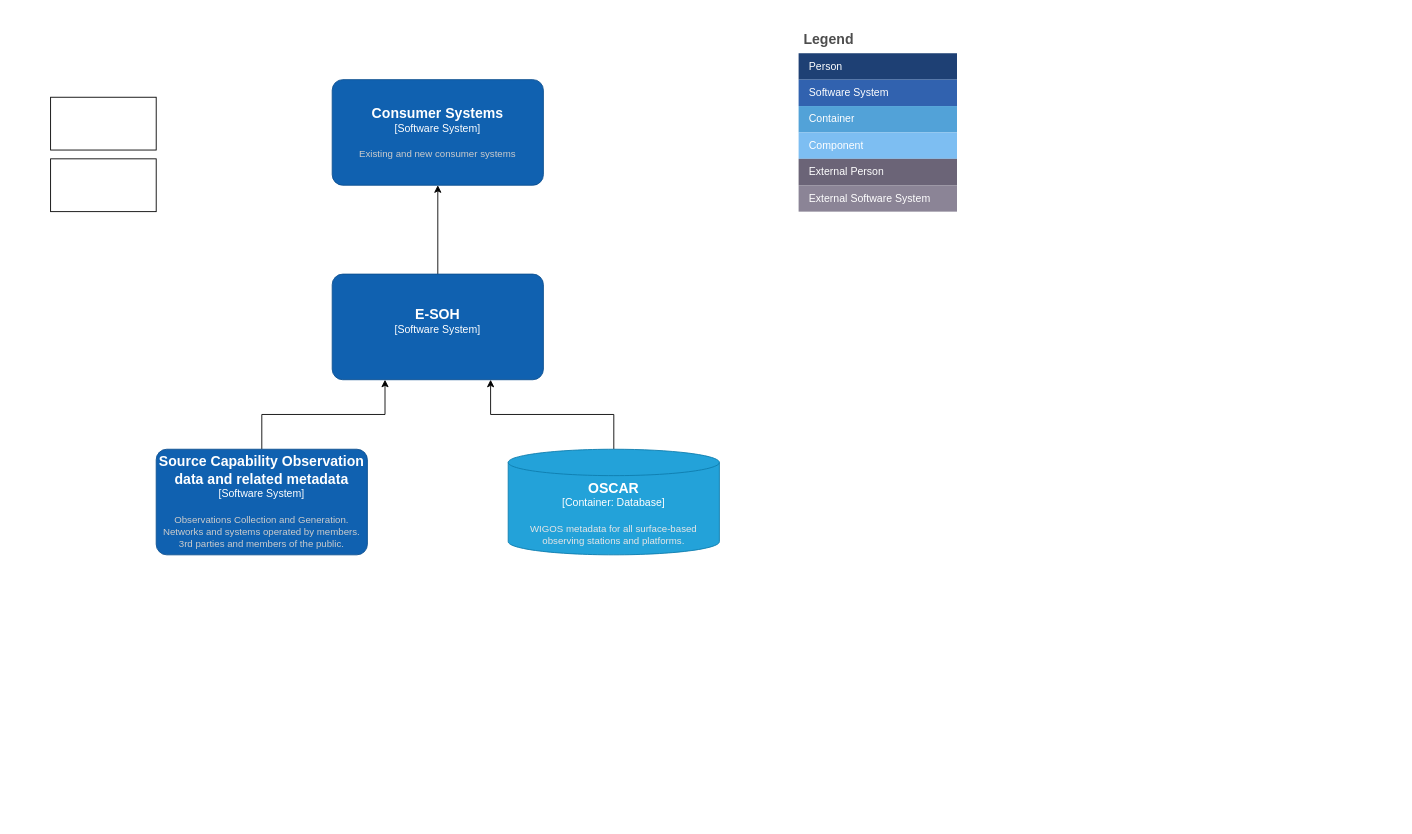
This is E-SOH-C4-context-MWH.drawio from EURODEO/e-soh-c4, a draw.io file, before an edit. Source tidied: cells renumbered, new cells numbered last; positions are measured from the earlier drawing's top-left corner, leaving out a move shared by most shapes. Both pictures are drawn from the tidied source at 88%, with x=0, y=0 at pixel (50, 26).
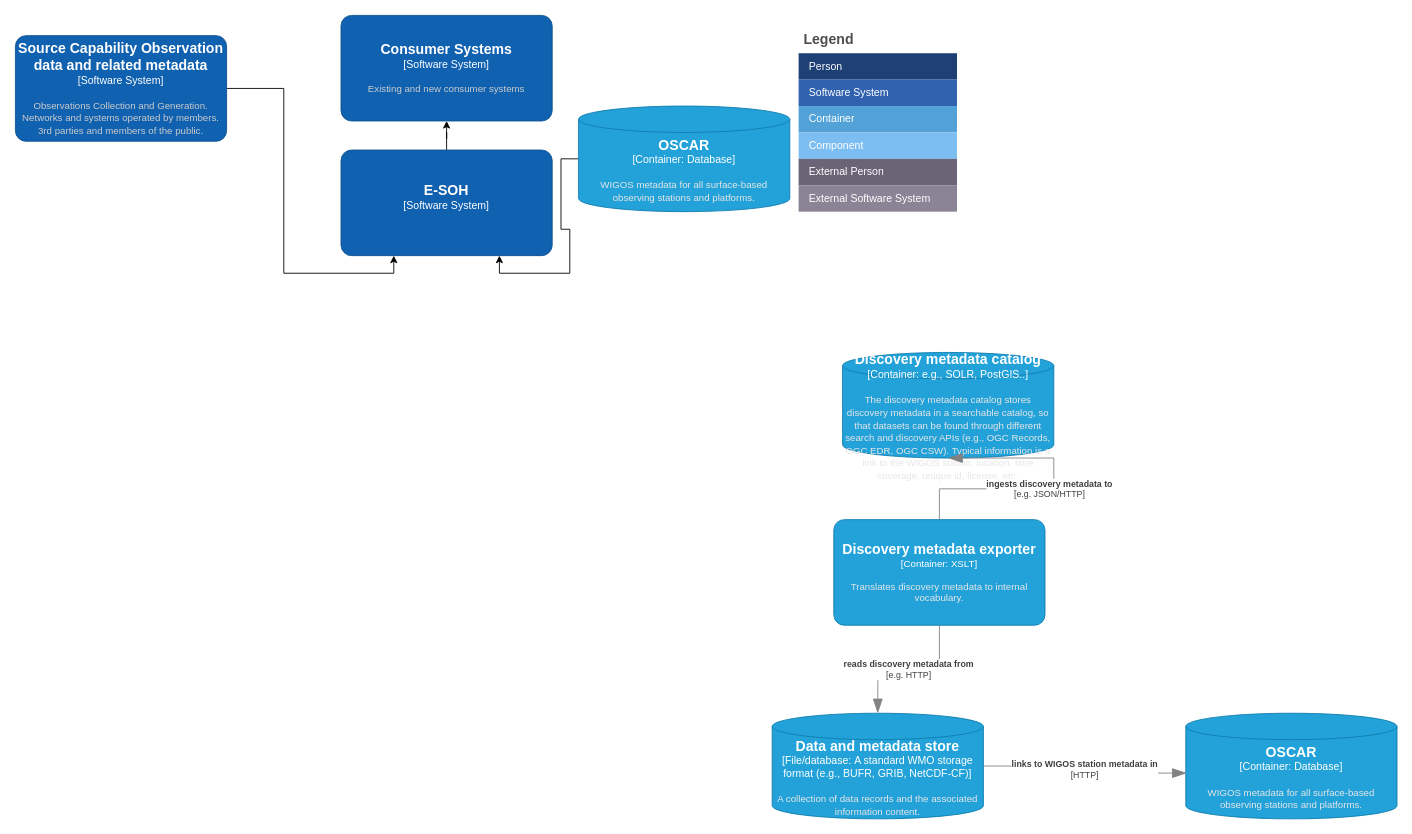
Above is the later version.

What changed in the source:
```diff
@@
     <object id="15" label="&lt;font style=&quot;font-size: 16px&quot;&gt;&lt;b&gt;%c4Name%&lt;/b&gt;&lt;/font&gt;&lt;div&gt;[%c4Type%]&lt;/div&gt;&lt;br&gt;&lt;div&gt;&lt;font style=&quot;font-size: 11px&quot;&gt;&lt;font color=&quot;#cccccc&quot;&gt;%c4Description%&lt;/font&gt;&lt;/div&gt;" c4Description="Existing and new consumer systems" c4Name="Consumer Systems" c4Type="Software System" placeholders="1">
       <mxCell style="rounded=1;whiteSpace=wrap;html=1;labelBackgroundColor=none;fillColor=#1061B0;fontColor=#ffffff;align=center;arcSize=10;strokeColor=#0D5091;points=[[0.25,0,0],[0.5,0,0],[0.75,0,0],[1,0.25,0],[1,0.5,0],[1,0.75,0],[0.75,1,0],[0.5,1,0],[0.25,1,0],[0,0.75,0],[0,0.5,0],[0,0.25,0]];" parent="1" vertex="1">
-        <mxGeometry x="320" y="60" width="240" height="120" as="geometry" />
+        <mxGeometry x="330" y="-13" width="240" height="120" as="geometry" />
       </mxCell>
     </object>
@@
     <object id="17" label="&lt;font style=&quot;font-size: 16px&quot;&gt;&lt;b&gt;%c4Name%&lt;/b&gt;&lt;/font&gt;&lt;div&gt;[%c4Type%]&lt;/div&gt;&lt;br&gt;&lt;div&gt;&lt;font style=&quot;font-size: 11px&quot;&gt;&lt;font color=&quot;#cccccc&quot;&gt;%c4Description%&lt;/font&gt;&lt;/div&gt;" c4Description="" c4Name="E-SOH" c4Type="Software System" placeholders="1">
       <mxCell style="rounded=1;whiteSpace=wrap;html=1;labelBackgroundColor=none;fillColor=#1061B0;fontColor=#ffffff;align=center;arcSize=10;strokeColor=#0D5091;points=[[0.25,0,0],[0.5,0,0],[0.75,0,0],[1,0.25,0],[1,0.5,0],[1,0.75,0],[0.75,1,0],[0.5,1,0],[0.25,1,0],[0,0.75,0],[0,0.5,0],[0,0.25,0]];" parent="1" vertex="1">
-        <mxGeometry x="320" y="281" width="240" height="120" as="geometry" />
+        <mxGeometry x="330" y="140" width="240" height="120" as="geometry" />
       </mxCell>
     </object>
@@
     <object id="19" label="&lt;font style=&quot;font-size: 16px&quot;&gt;&lt;b&gt;%c4Name%&lt;/b&gt;&lt;/font&gt;&lt;div&gt;[%c4Type%]&lt;/div&gt;&lt;br&gt;&lt;div&gt;&lt;font style=&quot;font-size: 11px&quot;&gt;&lt;font color=&quot;#cccccc&quot;&gt;%c4Description%&lt;/font&gt;&lt;/div&gt;" c4Description="Observations Collection and Generation. Networks and systems operated by members. 3rd parties and members of the public." c4Name="Source Capability Observation data and related metadata" c4Type="Software System" placeholders="1">
       <mxCell style="rounded=1;whiteSpace=wrap;html=1;labelBackgroundColor=none;fillColor=#1061B0;fontColor=#ffffff;align=center;arcSize=10;strokeColor=#0D5091;points=[[0.25,0,0],[0.5,0,0],[0.75,0,0],[1,0.25,0],[1,0.5,0],[1,0.75,0],[0.75,1,0],[0.5,1,0],[0.25,1,0],[0,0.75,0],[0,0.5,0],[0,0.25,0]];" parent="1" vertex="1">
-        <mxGeometry x="120" y="480" width="240" height="120" as="geometry" />
+        <mxGeometry x="-40" y="10" width="240" height="120" as="geometry" />
       </mxCell>
     </object>
@@
     <object id="21" label="&lt;font style=&quot;font-size: 16px&quot;&gt;&lt;b&gt;%c4Type%&lt;/b&gt;&lt;/font&gt;&lt;div&gt;[%c4Container%:&amp;nbsp;%c4Technology%]&lt;/div&gt;&lt;br&gt;&lt;div&gt;&lt;font style=&quot;font-size: 11px&quot;&gt;&lt;font color=&quot;#E6E6E6&quot;&gt;%c4Description%&lt;/font&gt;&lt;/div&gt;" c4Container="Container" c4Description="WIGOS metadata for all surface-based observing stations and platforms." c4Technology="Database" c4Type="OSCAR" placeholders="1">
       <mxCell style="shape=cylinder3;size=15;whiteSpace=wrap;html=1;boundedLbl=1;rounded=0;labelBackgroundColor=none;fillColor=#23A2D9;fontSize=12;fontColor=#ffffff;align=center;strokeColor=#0E7DAD;points=[[0.5,0,0],[1,0.25,0],[1,0.5,0],[1,0.75,0],[0.5,1,0],[0,0.75,0],[0,0.5,0],[0,0.25,0]];" parent="1" vertex="1">
-        <mxGeometry x="520" y="480" width="240" height="120" as="geometry" />
+        <mxGeometry x="600" y="90" width="240" height="120" as="geometry" />
       </mxCell>
     </object>
-    <mxCell id="22" style="rounded=0;whiteSpace=wrap;html=1;" parent="1" vertex="1">
-      <mxGeometry y="80" width="120" height="60" as="geometry" />
-    </mxCell>
-    <mxCell id="23" style="rounded=0;whiteSpace=wrap;html=1;" parent="1" vertex="1">
-      <mxGeometry y="150" width="120" height="60" as="geometry" />
-    </mxCell>
+    <object id="24" label="&lt;font style=&quot;font-size: 16px&quot;&gt;&lt;b&gt;%c4Type%&lt;/b&gt;&lt;/font&gt;&lt;div&gt;[%c4Container%:&amp;nbsp;%c4Technology%]&lt;/div&gt;&lt;br&gt;&lt;div&gt;&lt;font style=&quot;font-size: 11px&quot;&gt;&lt;font color=&quot;#E6E6E6&quot;&gt;%c4Description%&lt;/font&gt;&lt;/div&gt;" c4Container="File/database" c4Description="A collection of data records and the associated information content." c4Technology="A standard WMO storage format (e.g., BUFR, GRIB, NetCDF-CF)" c4Type="Data and metadata store" placeholders="1">
+      <mxCell style="shape=cylinder3;size=15;whiteSpace=wrap;html=1;boundedLbl=1;rounded=0;labelBackgroundColor=none;fillColor=#23A2D9;fontSize=12;fontColor=#ffffff;align=center;strokeColor=#0E7DAD;points=[[0.5,0,0],[1,0.25,0],[1,0.5,0],[1,0.75,0],[0.5,1,0],[0,0.75,0],[0,0.5,0],[0,0.25,0]];" parent="1" vertex="1">
+        <mxGeometry x="820" y="780" width="240" height="120" as="geometry" />
+      </mxCell>
+    </object>
+    <object id="25" label="&lt;font style=&quot;font-size: 16px&quot;&gt;&lt;b&gt;%c4Type%&lt;/b&gt;&lt;/font&gt;&lt;div&gt;[%c4Container%:&amp;nbsp;%c4Technology%]&lt;/div&gt;&lt;br&gt;&lt;div&gt;&lt;font style=&quot;font-size: 11px&quot;&gt;&lt;font color=&quot;#E6E6E6&quot;&gt;%c4Description%&lt;/font&gt;&lt;/div&gt;" c4Container="Container" c4Description="WIGOS metadata for all surface-based observing stations and platforms." c4Technology="Database" c4Type="OSCAR" placeholders="1">
+      <mxCell style="shape=cylinder3;size=15;whiteSpace=wrap;html=1;boundedLbl=1;rounded=0;labelBackgroundColor=none;fillColor=#23A2D9;fontSize=12;fontColor=#ffffff;align=center;strokeColor=#0E7DAD;points=[[0.5,0,0],[1,0.25,0],[1,0.5,0],[1,0.75,0],[0.5,1,0],[0,0.75,0],[0,0.5,0],[0,0.25,0]];" parent="1" vertex="1">
+        <mxGeometry x="1290" y="780" width="240" height="120" as="geometry" />
+      </mxCell>
+    </object>
+    <object id="26" label="&lt;div style=&quot;text-align: left&quot;&gt;&lt;div style=&quot;text-align: center&quot;&gt;&lt;b&gt;%c4Description%&lt;/b&gt;&lt;/div&gt;&lt;div style=&quot;text-align: center&quot;&gt;[%c4Technology%]&lt;/div&gt;&lt;/div&gt;" c4Description="links to WIGOS station metadata in" c4Technology="HTTP" placeholders="1">
+      <mxCell style="endArrow=blockThin;html=1;fontSize=10;fontColor=#404040;strokeWidth=1;endFill=1;strokeColor=#828282;elbow=vertical;endSize=14;startSize=14;jumpStyle=arc;jumpSize=16;rounded=0;edgeStyle=orthogonalEdgeStyle;exitX=1;exitY=0.5;exitDx=0;exitDy=0;exitPerimeter=0;entryX=0.004;entryY=0.567;entryDx=0;entryDy=0;entryPerimeter=0;" parent="1" edge="1" source="24" target="25">
+        <mxGeometry relative="1" as="geometry" />
+      </mxCell>
+    </object>
+    <object id="27" label="&lt;font style=&quot;font-size: 16px&quot;&gt;&lt;b&gt;%c4Name%&lt;/b&gt;&lt;/font&gt;&lt;div&gt;[%c4Type%: %c4Technology%]&lt;/div&gt;&lt;br&gt;&lt;div&gt;&lt;font style=&quot;font-size: 11px&quot;&gt;&lt;font color=&quot;#E6E6E6&quot;&gt;%c4Description%&lt;/font&gt;&lt;/div&gt;" c4Description="Translates discovery metadata to internal vocabulary." c4Name="Discovery metadata exporter" c4Technology="XSLT" c4Type="Container" placeholders="1">
+      <mxCell style="rounded=1;whiteSpace=wrap;html=1;fontSize=11;labelBackgroundColor=none;fillColor=#23A2D9;fontColor=#ffffff;align=center;arcSize=10;strokeColor=#0E7DAD;points=[[0.25,0,0],[0.5,0,0],[0.75,0,0],[1,0.25,0],[1,0.5,0],[1,0.75,0],[0.75,1,0],[0.5,1,0],[0.25,1,0],[0,0.75,0],[0,0.5,0],[0,0.25,0]];" parent="1" vertex="1">
+        <mxGeometry x="890" y="560" width="240" height="120" as="geometry" />
+      </mxCell>
+    </object>
+    <object id="28" label="&lt;div style=&quot;text-align: left&quot;&gt;&lt;div style=&quot;text-align: center&quot;&gt;&lt;b&gt;%c4Description%&lt;/b&gt;&lt;/div&gt;&lt;div style=&quot;text-align: center&quot;&gt;[%c4Technology%]&lt;/div&gt;&lt;/div&gt;" c4Description="reads discovery metadata from" c4Technology="e.g. HTTP" placeholders="1">
+      <mxCell style="endArrow=blockThin;html=1;fontSize=10;fontColor=#404040;strokeWidth=1;endFill=1;strokeColor=#828282;elbow=vertical;endSize=14;startSize=14;jumpStyle=arc;jumpSize=16;rounded=0;edgeStyle=orthogonalEdgeStyle;entryX=0.5;entryY=0;entryDx=0;entryDy=0;entryPerimeter=0;exitX=0.5;exitY=1;exitDx=0;exitDy=0;exitPerimeter=0;" parent="1" edge="1" source="27" target="24">
+        <mxGeometry relative="1" as="geometry" />
+      </mxCell>
+    </object>
+    <object id="29" label="&lt;font style=&quot;font-size: 16px&quot;&gt;&lt;b&gt;%c4Type%&lt;/b&gt;&lt;/font&gt;&lt;div&gt;[%c4Container%:&amp;nbsp;%c4Technology%]&lt;/div&gt;&lt;br&gt;&lt;div&gt;&lt;font style=&quot;font-size: 11px&quot;&gt;&lt;font color=&quot;#E6E6E6&quot;&gt;%c4Description%&lt;/font&gt;&lt;/div&gt;" c4Container="Container" c4Description="The discovery metadata catalog stores discovery metadata in a searchable catalog, so that datasets can be found through different search and discovery APIs (e.g., OGC Records, OGC EDR, OGC CSW). Typical information is a link to the WIGOS station, location, time coverage, unique id, license, etc." c4Technology="e.g., SOLR, PostGIS.." c4Type="Discovery metadata catalog" placeholders="1">
+      <mxCell style="shape=cylinder3;size=15;whiteSpace=wrap;html=1;boundedLbl=1;rounded=0;labelBackgroundColor=none;fillColor=#23A2D9;fontSize=12;fontColor=#ffffff;align=center;strokeColor=#0E7DAD;points=[[0.5,0,0],[1,0.25,0],[1,0.5,0],[1,0.75,0],[0.5,1,0],[0,0.75,0],[0,0.5,0],[0,0.25,0]];" parent="1" vertex="1">
+        <mxGeometry x="900" y="370" width="240" height="120" as="geometry" />
+      </mxCell>
+    </object>
+    <object id="30" label="&lt;div style=&quot;text-align: left&quot;&gt;&lt;div style=&quot;text-align: center&quot;&gt;&lt;b&gt;%c4Description%&lt;/b&gt;&lt;/div&gt;&lt;div style=&quot;text-align: center&quot;&gt;[%c4Technology%]&lt;/div&gt;&lt;/div&gt;" c4Description="ingests discovery metadata to" c4Technology="e.g. JSON/HTTP" placeholders="1">
+      <mxCell style="endArrow=blockThin;html=1;fontSize=10;fontColor=#404040;strokeWidth=1;endFill=1;strokeColor=#828282;elbow=vertical;endSize=14;startSize=14;jumpStyle=arc;jumpSize=16;rounded=0;edgeStyle=orthogonalEdgeStyle;exitX=0.5;exitY=0;exitDx=0;exitDy=0;exitPerimeter=0;entryX=0.5;entryY=1;entryDx=0;entryDy=0;entryPerimeter=0;" parent="1" edge="1" source="27" target="29">
+        <mxGeometry relative="1" as="geometry">
+          <Array as="points">
+            <mxPoint x="1010" y="525" />
+            <mxPoint x="1140" y="525" />
+            <mxPoint x="1140" y="490" />
+          </Array>
+        </mxGeometry>
+      </mxCell>
+    </object>
```
